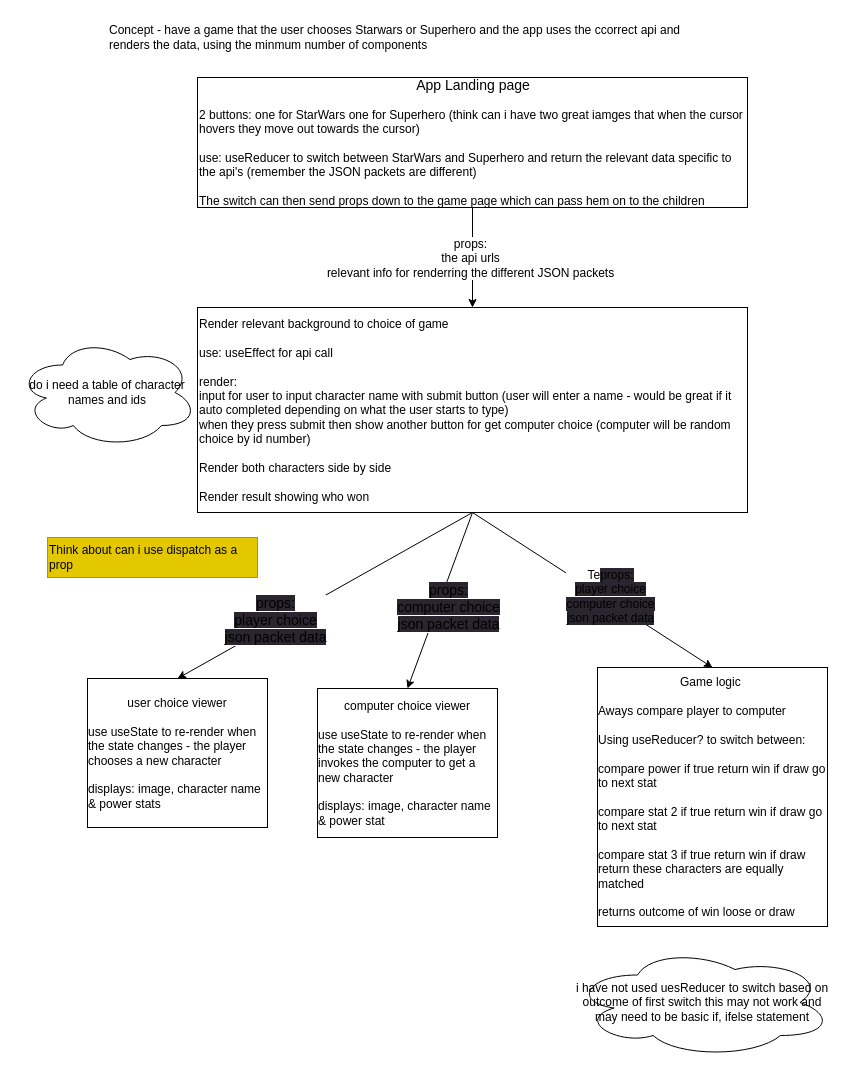
The draw.io diagram SuperGame.drawio in ChrisKnowles53/CJK_REACT_NOTES, before the edit. Source tidied: cells renumbered, new cells numbered last; positions are measured from the earlier drawing's top-left corner, leaving out a move shared by most shapes. Both pictures are drawn from the tidied source at 100%, with x=0, y=0 at pixel (17, 17).
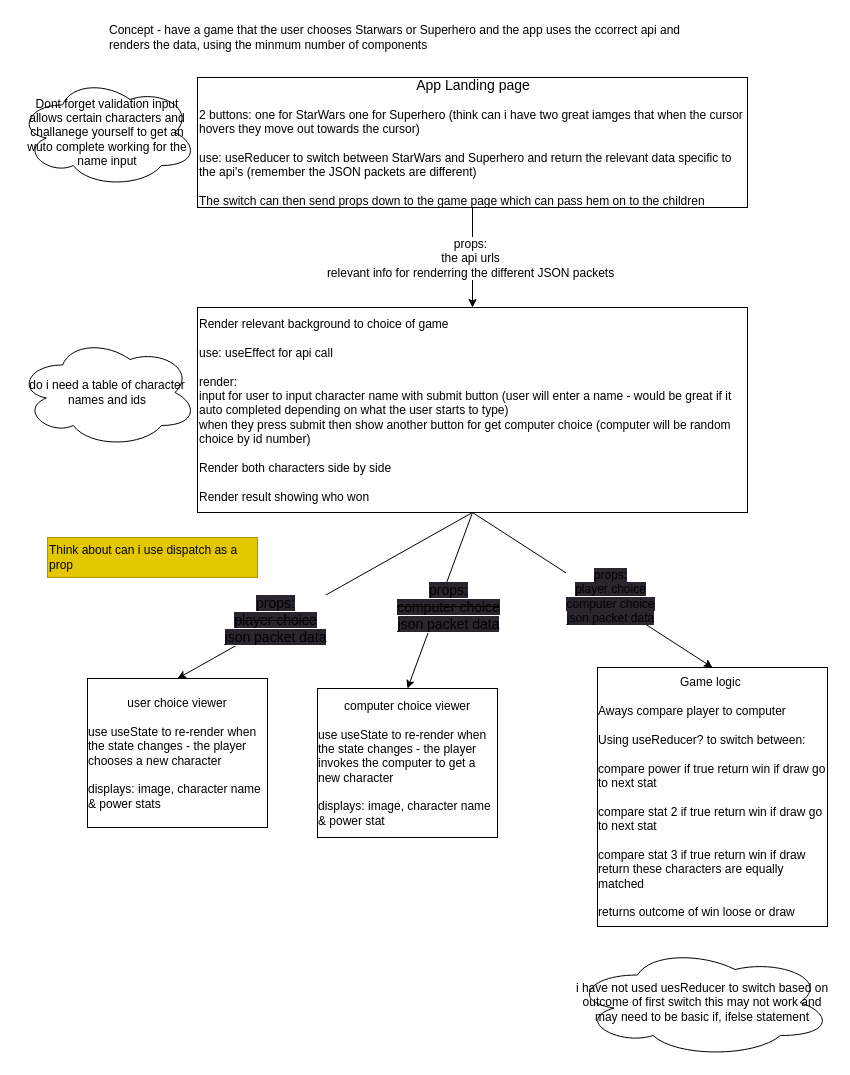
The same diagram, later.

Unchanged cells that the change refers to:
```xml
<mxCell id="7" style="edgeStyle=none;html=1;exitX=0.5;exitY=1;exitDx=0;exitDy=0;fontSize=14;entryX=0.5;entryY=0;entryDx=0;entryDy=0;" parent="1" edge="1" source="13" target="6">
  <mxGeometry relative="1" as="geometry" />
</mxCell>
<mxCell id="9" style="edgeStyle=none;html=1;exitX=0.5;exitY=1;exitDx=0;exitDy=0;entryX=0.5;entryY=0;entryDx=0;entryDy=0;fontSize=14;" parent="1" edge="1" source="13" target="5">
  <mxGeometry relative="1" as="geometry" />
</mxCell>
<mxCell id="11" style="edgeStyle=none;html=1;exitX=0.5;exitY=1;exitDx=0;exitDy=0;entryX=0.5;entryY=0;entryDx=0;entryDy=0;fontSize=14;" parent="1" edge="1" source="13" target="14">
  <mxGeometry relative="1" as="geometry" />
</mxCell>
```

The edit, as a diff of the source:
```diff
@@
-    <mxCell id="8" value="&lt;span style=&quot;font-size: 14px; text-align: left; background-color: rgb(42, 37, 47);&quot;&gt;props:&lt;/span&gt;&lt;br style=&quot;font-size: 14px; text-align: left; background-color: rgb(42, 37, 47);&quot;&gt;&lt;span style=&quot;font-size: 14px; text-align: left; background-color: rgb(42, 37, 47);&quot;&gt;player choice&lt;/span&gt;&lt;br style=&quot;font-size: 14px; text-align: left; background-color: rgb(42, 37, 47);&quot;&gt;&lt;span style=&quot;font-size: 14px; text-align: left; background-color: rgb(42, 37, 47);&quot;&gt;json packet data&lt;/span&gt;" style="edgeLabel;html=1;align=center;verticalAlign=middle;fontSize=12;" parent="7" vertex="1">
+    <mxCell id="8" value="&lt;span style=&quot;font-size: 14px; text-align: left; background-color: rgb(42, 37, 47);&quot;&gt;props:&lt;/span&gt;&lt;br style=&quot;font-size: 14px; text-align: left; background-color: rgb(42, 37, 47);&quot;&gt;&lt;span style=&quot;font-size: 14px; text-align: left; background-color: rgb(42, 37, 47);&quot;&gt;&lt;strike&gt;player choice&lt;/strike&gt;&lt;/span&gt;&lt;br style=&quot;font-size: 14px; text-align: left; background-color: rgb(42, 37, 47);&quot;&gt;&lt;span style=&quot;font-size: 14px; text-align: left; background-color: rgb(42, 37, 47);&quot;&gt;json packet data&lt;/span&gt;" style="edgeLabel;html=1;align=center;verticalAlign=middle;fontSize=12;" parent="7" vertex="1">
       <mxGeometry x="-0.13" y="-2" relative="1" as="geometry">
         <mxPoint x="-68" y="37" as="offset" />
       </mxGeometry>
     </mxCell>
@@
-    <mxCell id="10" value="&lt;span style=&quot;font-size: 14px; text-align: left; background-color: rgb(42, 37, 47);&quot;&gt;props:&lt;/span&gt;&lt;br style=&quot;font-size: 14px; text-align: left; background-color: rgb(42, 37, 47);&quot;&gt;&lt;span style=&quot;font-size: 14px; text-align: left; background-color: rgb(42, 37, 47);&quot;&gt;computer choice&lt;/span&gt;&lt;br style=&quot;font-size: 14px; text-align: left; background-color: rgb(42, 37, 47);&quot;&gt;&lt;span style=&quot;font-size: 14px; text-align: left; background-color: rgb(42, 37, 47);&quot;&gt;json packet data&lt;/span&gt;" style="edgeLabel;html=1;align=center;verticalAlign=middle;fontSize=12;" parent="9" vertex="1">
+    <mxCell id="10" value="&lt;span style=&quot;font-size: 14px; text-align: left; background-color: rgb(42, 37, 47);&quot;&gt;props:&lt;/span&gt;&lt;br style=&quot;font-size: 14px; text-align: left; background-color: rgb(42, 37, 47);&quot;&gt;&lt;strike&gt;&lt;span style=&quot;font-size: 14px; text-align: left; background-color: rgb(42, 37, 47);&quot;&gt;computer choice&lt;/span&gt;&lt;br style=&quot;font-size: 14px; text-align: left; background-color: rgb(42, 37, 47);&quot;&gt;&lt;/strike&gt;&lt;span style=&quot;font-size: 14px; text-align: left; background-color: rgb(42, 37, 47);&quot;&gt;json packet data&lt;/span&gt;" style="edgeLabel;html=1;align=center;verticalAlign=middle;fontSize=12;" parent="9" vertex="1">
       <mxGeometry x="-0.18" y="-1" relative="1" as="geometry">
         <mxPoint x="3" y="23" as="offset" />
       </mxGeometry>
     </mxCell>
@@
-    <mxCell id="12" value="Te&lt;span style=&quot;text-align: left; background-color: rgb(42, 37, 47);&quot;&gt;props:&lt;/span&gt;&lt;br style=&quot;text-align: left; background-color: rgb(42, 37, 47);&quot;&gt;&lt;span style=&quot;text-align: left; background-color: rgb(42, 37, 47);&quot;&gt;player choice&lt;/span&gt;&lt;br style=&quot;text-align: left; background-color: rgb(42, 37, 47);&quot;&gt;&lt;span style=&quot;text-align: left; background-color: rgb(42, 37, 47);&quot;&gt;computer choice&lt;/span&gt;&lt;br style=&quot;text-align: left; background-color: rgb(42, 37, 47);&quot;&gt;&lt;span style=&quot;text-align: left; background-color: rgb(42, 37, 47);&quot;&gt;json packet data&lt;/span&gt;" style="edgeLabel;html=1;align=center;verticalAlign=middle;fontSize=12;" parent="11" vertex="1">
+    <mxCell id="12" value="&lt;span style=&quot;text-align: left; background-color: rgb(42, 37, 47);&quot;&gt;props:&lt;/span&gt;&lt;br style=&quot;text-align: left; background-color: rgb(42, 37, 47);&quot;&gt;&lt;span style=&quot;text-align: left; background-color: rgb(42, 37, 47);&quot;&gt;player choice&lt;/span&gt;&lt;br style=&quot;text-align: left; background-color: rgb(42, 37, 47);&quot;&gt;&lt;span style=&quot;text-align: left; background-color: rgb(42, 37, 47);&quot;&gt;computer choice&lt;/span&gt;&lt;br style=&quot;text-align: left; background-color: rgb(42, 37, 47);&quot;&gt;&lt;span style=&quot;text-align: left; background-color: rgb(42, 37, 47);&quot;&gt;json packet data&lt;/span&gt;" style="edgeLabel;html=1;align=center;verticalAlign=middle;fontSize=12;" parent="11" vertex="1">
       <mxGeometry x="0.13" y="4" relative="1" as="geometry" />
     </mxCell>
@@
+    <mxCell id="19" value="&lt;font style=&quot;font-size: 12px;&quot;&gt;Dont forget validation input allows certain characters and challanege yourself to get an wuto complete working for the name input&lt;/font&gt;" style="ellipse;shape=cloud;whiteSpace=wrap;html=1;fontSize=12;" parent="1" vertex="1">
+      <mxGeometry y="60" width="180" height="110" as="geometry" />
+    </mxCell>
```
